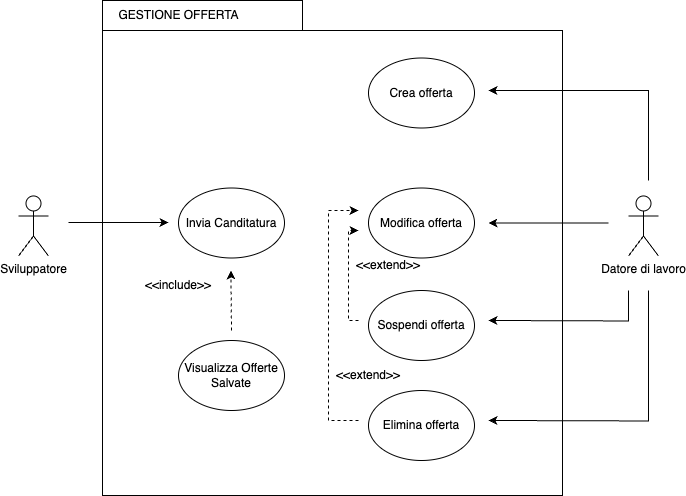
This is Documentazione/1. Requirement_Analysis_Document/Use_Case_Diagram/UCD_GO.png from JacopoPassariello/TuringCareers, a draw.io export, as it was before one commit. Source tidied: cells renumbered, new cells last; positions are measured from the earlier drawing's top-left corner, leaving out a move shared by most shapes.
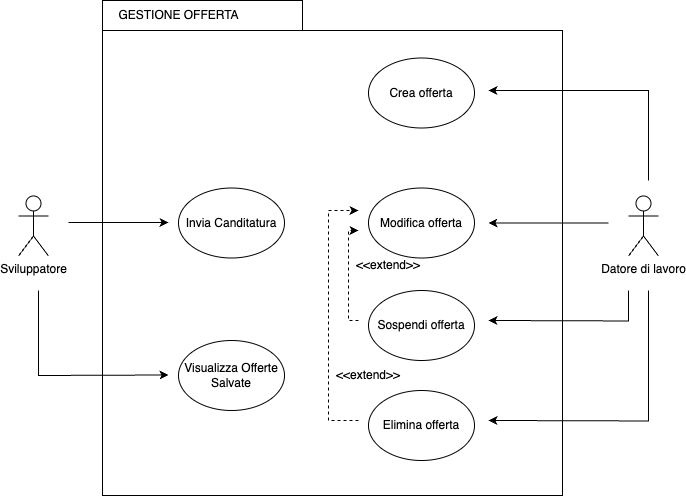
Later version of the same file.

Diff of the diagram source:
```diff
@@ -94,20 +94,17 @@
     <mxCell id="19" value="&amp;lt;&amp;lt;extend&amp;gt;&amp;gt;" style="text;html=1;strokeColor=none;fillColor=none;align=center;verticalAlign=middle;whiteSpace=wrap;rounded=0;" parent="1" vertex="1">
       <mxGeometry x="320" y="360" width="60" height="30" as="geometry" />
     </mxCell>
-    <mxCell id="20" value="&amp;lt;&amp;lt;include&amp;gt;&amp;gt;" style="text;html=1;strokeColor=none;fillColor=none;align=center;verticalAlign=middle;whiteSpace=wrap;rounded=0;" parent="1" vertex="1">
-      <mxGeometry x="130" y="270" width="60" height="30" as="geometry" />
-    </mxCell>
-    <mxCell id="21" style="endArrow=classic;dashed=1;html=1;rounded=0;endFill=1;" parent="1" edge="1">
-      <mxGeometry relative="1" as="geometry">
-        <mxPoint x="213" y="330" as="sourcePoint" />
-        <mxPoint x="212.5" y="270" as="targetPoint" />
-        <Array as="points">
-          <mxPoint x="212.5" y="280" />
-        </Array>
-      </mxGeometry>
-    </mxCell>
     <mxCell id="22" value="Visualizza Offerte Salvate" style="ellipse;whiteSpace=wrap;html=1;" parent="1" vertex="1">
       <mxGeometry x="160" y="340" width="106" height="70" as="geometry" />
     </mxCell>
+    <mxCell id="23" style="endArrow=classic;html=1;rounded=0;" parent="1" edge="1">
+      <mxGeometry relative="1" as="geometry">
+        <mxPoint x="20" y="290" as="sourcePoint" />
+        <mxPoint x="150" y="374.5" as="targetPoint" />
+        <Array as="points">
+          <mxPoint x="20" y="375" />
+        </Array>
+      </mxGeometry>
+    </mxCell>
   </root>
 </mxGraphModel>
```
